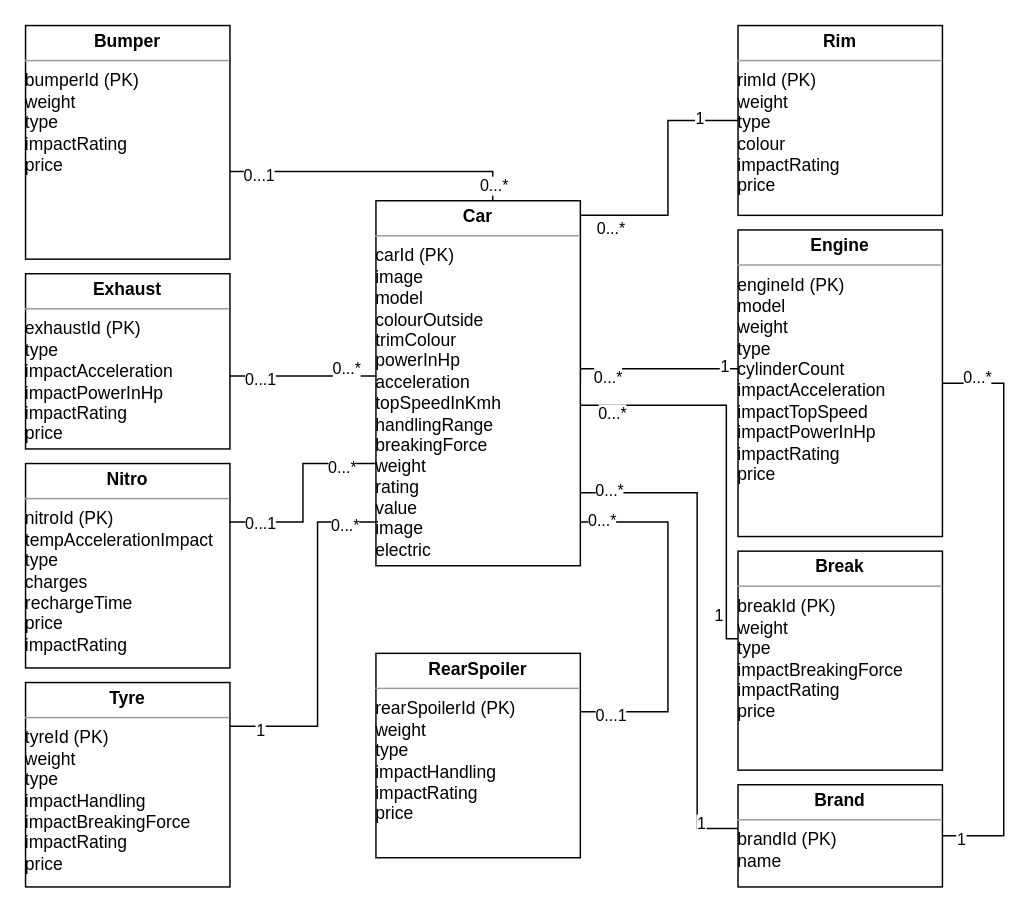
The draw.io diagram CTC/External/logischesDatenmodellCTC.drawio in chessper53/CTC-Zuehlke, before the edit. Source tidied: cells renumbered, new cells numbered last; positions are measured from the earlier drawing's top-left corner, leaving out a move shared by most shapes. Both pictures are drawn from the tidied source at 146%, with x=0, y=0 at pixel (25, 25).
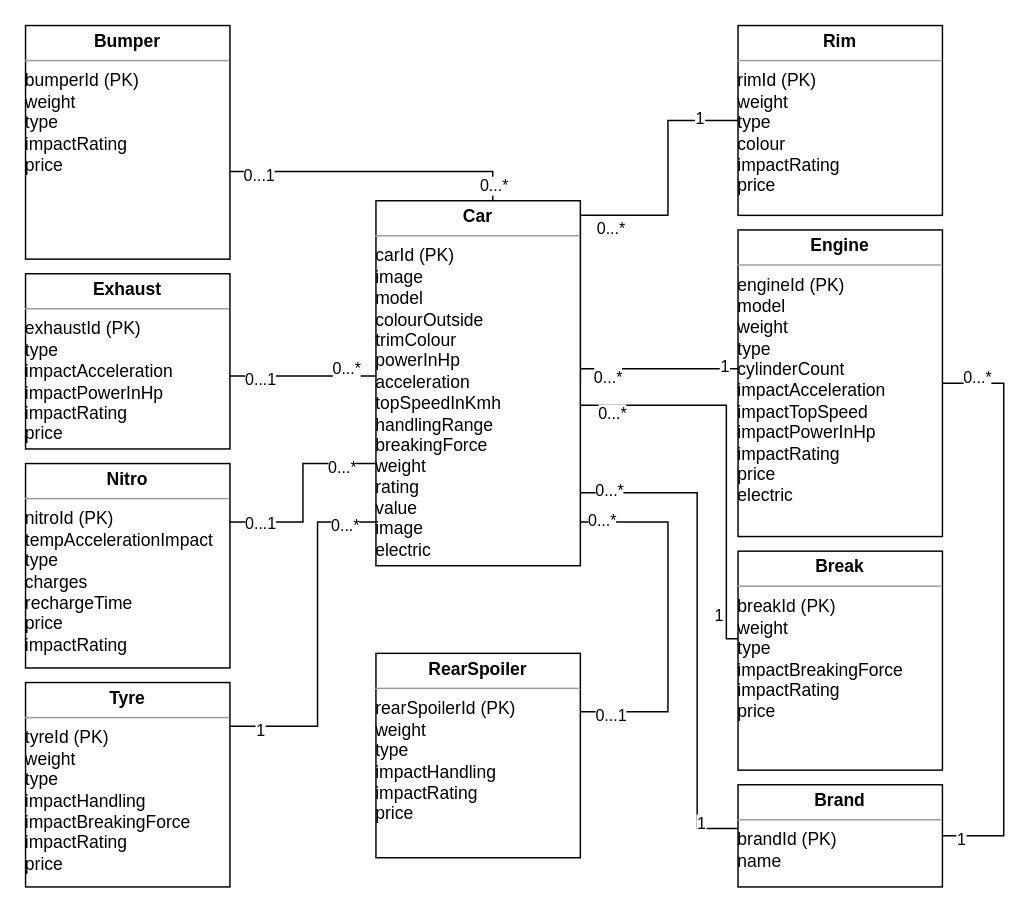
Above is the later version.

Diff of the diagram source:
```diff
@@
-    <mxCell id="6" value="&lt;p style=&quot;margin:0px;margin-top:4px;text-align:center;&quot;&gt;&lt;b&gt;Engine&lt;/b&gt;&lt;/p&gt;&lt;hr size=&quot;1&quot;&gt;engineId (PK)&lt;br style=&quot;border-color: var(--border-color);&quot;&gt;model&lt;br&gt;weight&lt;br&gt;type&lt;br&gt;cylinderCount&lt;br&gt;impactAcceleration&lt;br&gt;impactTopSpeed&lt;br&gt;impactPowerInHp&lt;br&gt;impactRating&lt;br&gt;price" style="verticalAlign=top;align=left;overflow=fill;fontSize=12;fontFamily=Helvetica;html=1;whiteSpace=wrap;" parent="1" vertex="1">
+    <mxCell id="6" value="&lt;p style=&quot;margin:0px;margin-top:4px;text-align:center;&quot;&gt;&lt;b&gt;Engine&lt;/b&gt;&lt;/p&gt;&lt;hr size=&quot;1&quot;&gt;engineId (PK)&lt;br style=&quot;border-color: var(--border-color);&quot;&gt;model&lt;br&gt;weight&lt;br&gt;type&lt;br&gt;cylinderCount&lt;br&gt;impactAcceleration&lt;br&gt;impactTopSpeed&lt;br&gt;impactPowerInHp&lt;br&gt;impactRating&lt;br&gt;price&lt;br&gt;electric" style="verticalAlign=top;align=left;overflow=fill;fontSize=12;fontFamily=Helvetica;html=1;whiteSpace=wrap;" parent="1" vertex="1">
       <mxGeometry x="488" y="140" width="140" height="210" as="geometry" />
     </mxCell>
```
